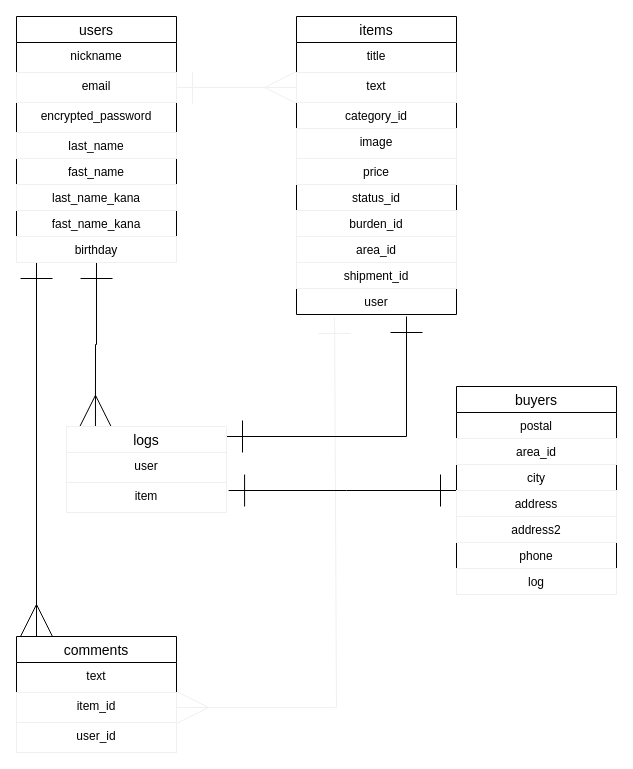
The draw.io diagram furima.dio in tk-i/furima-33847, before the edit. Source tidied: cells renumbered, new cells numbered last; positions are measured from the earlier drawing's top-left corner, leaving out a move shared by most shapes. Both pictures are drawn from the tidied source at 100%, with x=0, y=0 at pixel (16, 16).
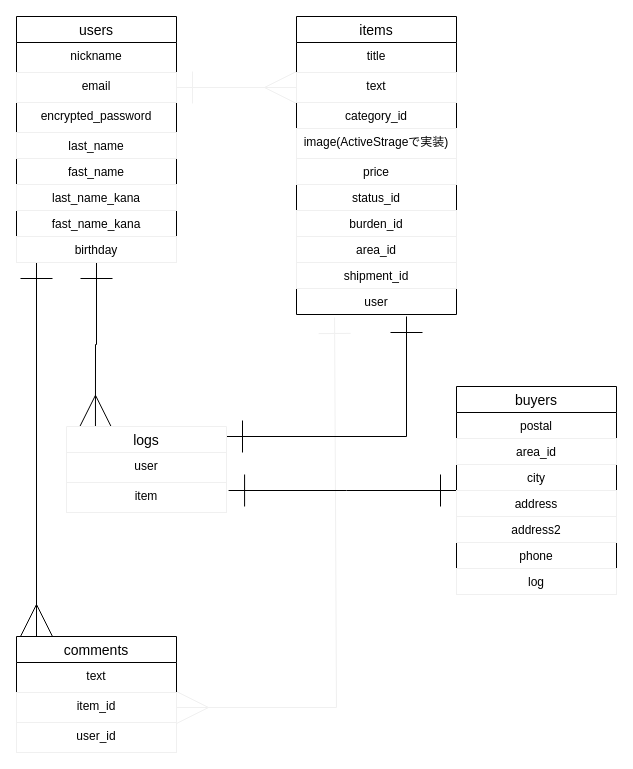
The same page after the edit.

The change refers to these unchanged cells:
```xml
<mxCell id="15" value="items" style="swimlane;fontStyle=0;horizontal=1;startSize=26;align=center;fontSize=14;" parent="1" vertex="1">
  <mxGeometry x="280" width="160" height="298" as="geometry" />
</mxCell>
```

Diff of the diagram source:
```diff
@@
-    <mxCell id="19" value="image" style="text;fillColor=none;spacingLeft=4;spacingRight=4;overflow=hidden;fontSize=12;align=center;strokeColor=#f0f0f0;" parent="15" vertex="1">
+    <mxCell id="19" value="image(ActiveStrageで実装)" style="text;fillColor=none;spacingLeft=4;spacingRight=4;overflow=hidden;fontSize=12;align=center;strokeColor=#f0f0f0;" parent="15" vertex="1">
       <mxGeometry y="112" width="160" height="30" as="geometry" />
     </mxCell>
```
